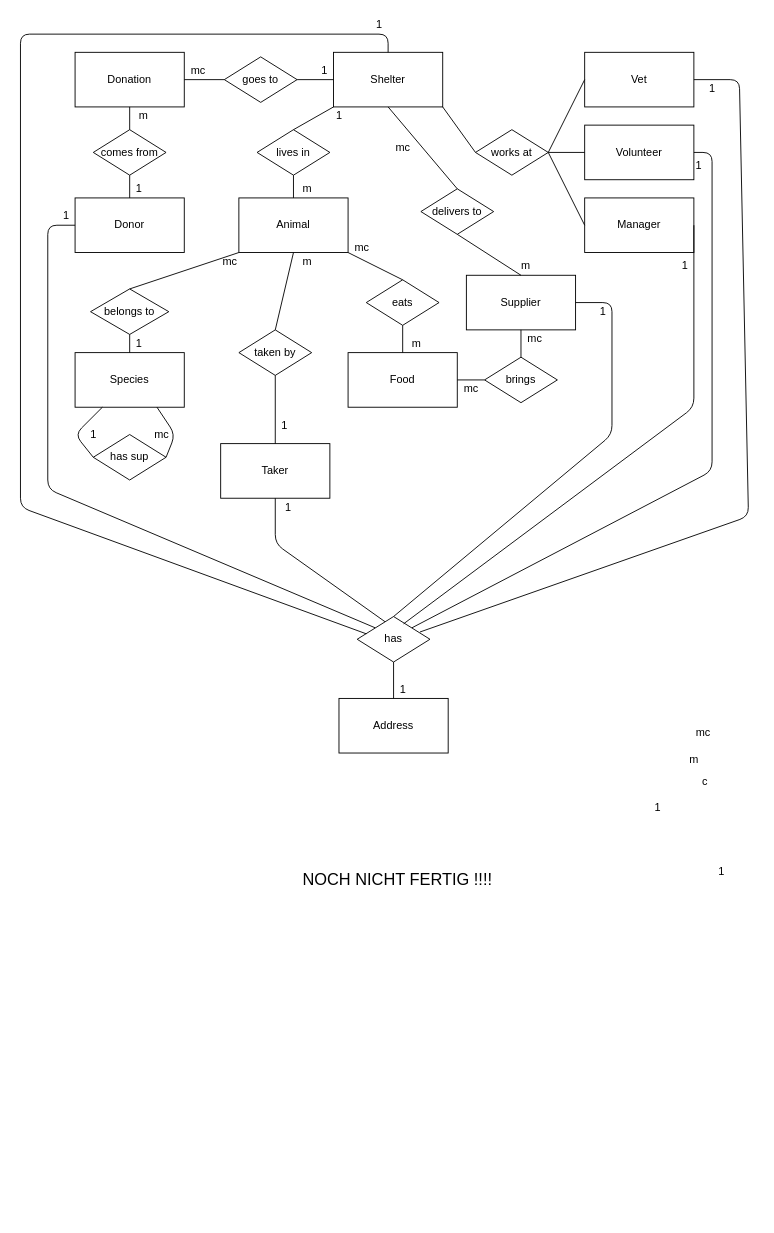
Above: Chen-Notation.drawio in Mlorenz12/4.Sem_DB_Animal_Shelter (draw.io), before the change. Source tidied: cells renumbered, new cells numbered last; positions are measured from the earlier drawing's top-left corner, leaving out a move shared by most shapes. Both pictures are drawn from the tidied source at 91%, with x=0, y=0 at pixel (20, 15).
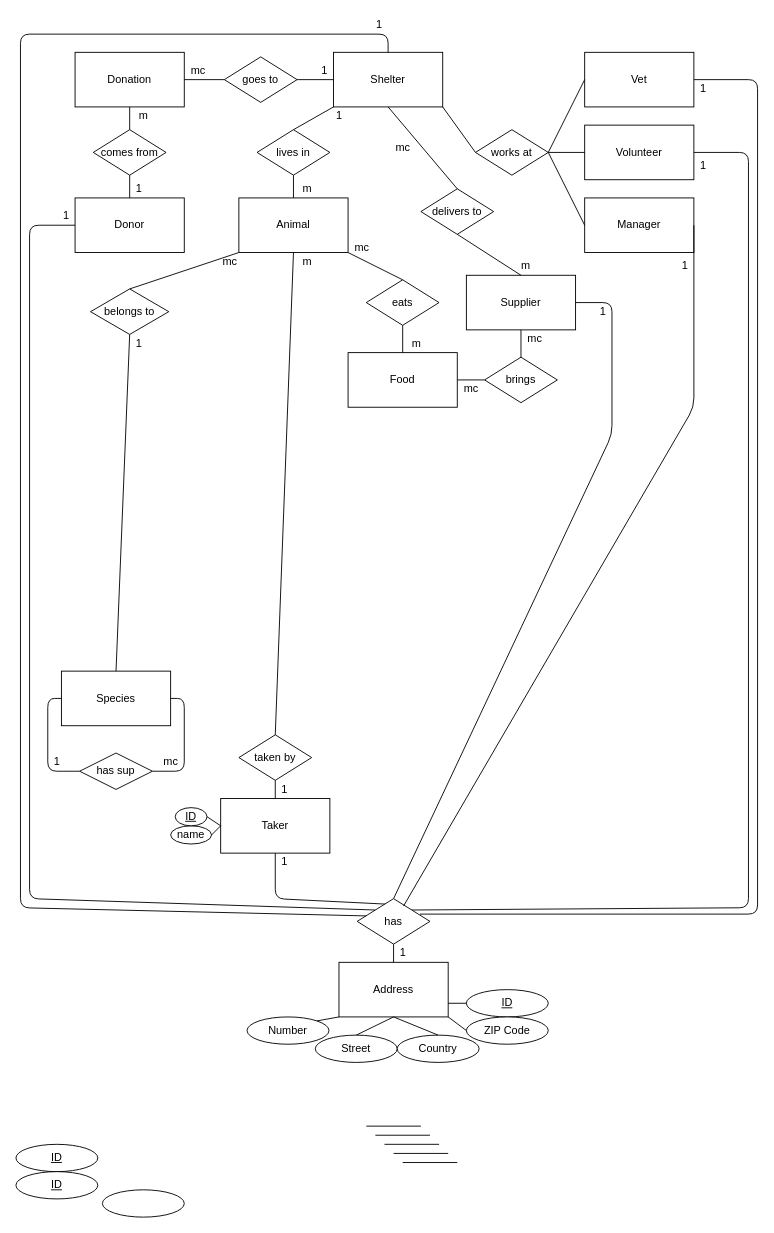
The same page after the edit.

Unchanged cells that the change refers to:
```xml
<mxCell id="6" value="Donor" style="rounded=0;whiteSpace=wrap;html=1;" parent="1" vertex="1">
  <mxGeometry x="60" y="200" width="120" height="60" as="geometry" />
</mxCell>
<mxCell id="7" value="Volunteer" style="rounded=0;whiteSpace=wrap;html=1;" parent="1" vertex="1">
  <mxGeometry x="620" y="120" width="120" height="60" as="geometry" />
</mxCell>
<mxCell id="9" value="Shelter" style="rounded=0;whiteSpace=wrap;html=1;" parent="1" vertex="1">
  <mxGeometry x="344" y="40" width="120" height="60" as="geometry" />
</mxCell>
<mxCell id="10" value="Vet" style="rounded=0;whiteSpace=wrap;html=1;" parent="1" vertex="1">
  <mxGeometry x="620" y="40" width="120" height="60" as="geometry" />
</mxCell>
```

What changed in the source:
```diff
@@
     <mxCell id="4" value="Species" style="rounded=0;whiteSpace=wrap;html=1;" parent="1" vertex="1">
-      <mxGeometry x="60" y="370" width="120" height="60" as="geometry" />
+      <mxGeometry x="45" y="720" width="120" height="60" as="geometry" />
     </mxCell>
@@
     <mxCell id="25" value="has sup" style="rhombus;whiteSpace=wrap;html=1;" parent="1" vertex="1">
-      <mxGeometry x="80" y="460" width="80" height="50" as="geometry" />
+      <mxGeometry x="65" y="810" width="80" height="40" as="geometry" />
     </mxCell>
-    <mxCell id="26" style="endArrow=none;html=1;exitX=0.25;exitY=1;exitDx=0;exitDy=0;entryX=0;entryY=0.5;entryDx=0;entryDy=0;" parent="1" edge="1" source="4" target="25">
+    <mxCell id="26" style="endArrow=none;html=1;exitX=0;exitY=0.5;exitDx=0;exitDy=0;entryX=0;entryY=0.5;entryDx=0;entryDy=0;" parent="1" edge="1" source="4" target="25">
       <mxGeometry relative="1" as="geometry">
         <Array as="points">
-          <mxPoint x="60" y="460" />
+          <mxPoint x="30" y="750" />
+          <mxPoint x="30" y="830" />
         </Array>
       </mxGeometry>
     </mxCell>
-    <mxCell id="27" style="endArrow=none;html=1;exitX=1;exitY=0.5;exitDx=0;exitDy=0;entryX=0.75;entryY=1;entryDx=0;entryDy=0;" parent="1" edge="1" source="25" target="4">
+    <mxCell id="27" style="endArrow=none;html=1;exitX=1;exitY=0.5;exitDx=0;exitDy=0;entryX=1;entryY=0.5;entryDx=0;entryDy=0;" parent="1" edge="1" source="25" target="4">
       <mxGeometry relative="1" as="geometry">
         <Array as="points">
-          <mxPoint x="170" y="460" />
+          <mxPoint x="180" y="830" />
+          <mxPoint x="180" y="750" />
         </Array>
       </mxGeometry>
     </mxCell>
@@
     <mxCell id="31" value="Taker" style="rounded=0;whiteSpace=wrap;html=1;" parent="1" vertex="1">
-      <mxGeometry x="220" y="470" width="120" height="60" as="geometry" />
+      <mxGeometry x="220" y="860" width="120" height="60" as="geometry" />
     </mxCell>
     <mxCell id="32" value="Address" style="rounded=0;whiteSpace=wrap;html=1;" parent="1" vertex="1">
-      <mxGeometry x="350" y="750" width="120" height="60" as="geometry" />
+      <mxGeometry x="350" y="1040" width="120" height="60" as="geometry" />
     </mxCell>
@@
     <mxCell id="43" value="taken by" style="rhombus;whiteSpace=wrap;html=1;" parent="1" vertex="1">
-      <mxGeometry x="240" y="345" width="80" height="50" as="geometry" />
+      <mxGeometry x="240" y="790" width="80" height="50" as="geometry" />
     </mxCell>
@@
     <mxCell id="46" style="endArrow=none;html=1;entryX=0;entryY=0.5;entryDx=0;entryDy=0;exitX=0;exitY=0;exitDx=0;exitDy=0;" parent="1" edge="1" source="49" target="6">
       <mxGeometry relative="1" as="geometry">
         <Array as="points">
-          <mxPoint x="30" y="520" />
-          <mxPoint x="30" y="230" />
+          <mxPoint x="10" y="970" />
+          <mxPoint x="10" y="230" />
         </Array>
       </mxGeometry>
     </mxCell>
     <mxCell id="47" style="endArrow=none;html=1;exitX=0.388;exitY=0.12;exitDx=0;exitDy=0;entryX=0.5;entryY=1;entryDx=0;entryDy=0;exitPerimeter=0;" parent="1" edge="1" source="49" target="31">
       <mxGeometry relative="1" as="geometry">
         <Array as="points">
-          <mxPoint x="280" y="580" />
+          <mxPoint x="280" y="970" />
         </Array>
       </mxGeometry>
     </mxCell>
     <mxCell id="48" style="endArrow=none;html=1;exitX=1;exitY=0;exitDx=0;exitDy=0;entryX=1;entryY=0.5;entryDx=0;entryDy=0;" parent="1" edge="1" source="49" target="7">
       <mxGeometry relative="1" as="geometry">
         <Array as="points">
-          <mxPoint x="760" y="500" />
-          <mxPoint x="760" y="150" />
+          <mxPoint x="800" y="980" />
+          <mxPoint x="800" y="150" />
         </Array>
       </mxGeometry>
     </mxCell>
     <mxCell id="49" value="has" style="rhombus;whiteSpace=wrap;html=1;" parent="1" vertex="1">
-      <mxGeometry x="370" y="660" width="80" height="50" as="geometry" />
+      <mxGeometry x="370" y="970" width="80" height="50" as="geometry" />
     </mxCell>
@@
     <mxCell id="51" style="endArrow=none;html=1;exitX=0.863;exitY=0.34;exitDx=0;exitDy=0;entryX=1;entryY=0.5;entryDx=0;entryDy=0;exitPerimeter=0;" parent="1" edge="1" source="49" target="10">
       <mxGeometry relative="1" as="geometry">
         <Array as="points">
-          <mxPoint x="800" y="550" />
-          <mxPoint x="790" y="70" />
+          <mxPoint x="810" y="987" />
+          <mxPoint x="810" y="70" />
         </Array>
       </mxGeometry>
     </mxCell>
@@
     <mxCell id="53" style="endArrow=none;html=1;exitX=0.125;exitY=0.38;exitDx=0;exitDy=0;entryX=0.5;entryY=0;entryDx=0;entryDy=0;exitPerimeter=0;" parent="1" edge="1" source="49" target="9">
       <mxGeometry relative="1" as="geometry">
         <Array as="points">
-          <mxPoint y="540" />
+          <mxPoint y="980" />
           <mxPoint y="20" />
           <mxPoint x="404" y="20" />
         </Array>
       </mxGeometry>
     </mxCell>
@@
     <mxCell id="55" value="1" style="text;html=1;align=center;verticalAlign=middle;" parent="1" vertex="1">
-      <mxGeometry x="410" y="730" width="20" height="20" as="geometry" />
+      <mxGeometry x="410" y="1020" width="20" height="20" as="geometry" />
     </mxCell>
-    <mxCell id="56" value="c" style="text;html=1;align=center;verticalAlign=middle;" parent="1" vertex="1">
-      <mxGeometry x="742" y="832" width="20" height="20" as="geometry" />
-    </mxCell>
-    <mxCell id="57" value="m" style="text;html=1;align=center;verticalAlign=middle;" parent="1" vertex="1">
-      <mxGeometry x="725" y="807" width="30" height="20" as="geometry" />
-    </mxCell>
-    <mxCell id="58" value="mc" style="text;html=1;align=center;verticalAlign=middle;" parent="1" vertex="1">
-      <mxGeometry x="735" y="778" width="30" height="20" as="geometry" />
-    </mxCell>
-    <mxCell id="59" value="1" style="text;html=1;align=center;verticalAlign=middle;" parent="1" vertex="1">
-      <mxGeometry x="690" y="860" width="20" height="20" as="geometry" />
-    </mxCell>
     <mxCell id="60" value="1" style="text;html=1;align=center;verticalAlign=middle;" parent="1" vertex="1">
-      <mxGeometry x="284" y="530" width="20" height="20" as="geometry" />
+      <mxGeometry x="280" y="920" width="20" height="20" as="geometry" />
     </mxCell>
@@
     <mxCell id="62" value="1" style="text;html=1;align=center;verticalAlign=middle;" parent="1" vertex="1">
-      <mxGeometry x="735" y="155" width="20" height="20" as="geometry" />
+      <mxGeometry x="740" y="155" width="20" height="20" as="geometry" />
     </mxCell>
     <mxCell id="63" value="1" style="text;html=1;align=center;verticalAlign=middle;" parent="1" vertex="1">
-      <mxGeometry x="750" y="70" width="20" height="20" as="geometry" />
+      <mxGeometry x="740" y="70" width="20" height="20" as="geometry" />
     </mxCell>
@@
-    <mxCell id="66" value="1" style="text;html=1;align=center;verticalAlign=middle;" parent="1" vertex="1">
-      <mxGeometry x="760" y="930" width="20" height="20" as="geometry" />
-    </mxCell>
@@
     <mxCell id="70" value="mc" style="text;html=1;align=center;verticalAlign=middle;" parent="1" vertex="1">
-      <mxGeometry x="140" y="450" width="30" height="20" as="geometry" />
+      <mxGeometry x="150" y="810" width="30" height="20" as="geometry" />
     </mxCell>
     <mxCell id="71" value="1" style="text;html=1;align=center;verticalAlign=middle;" parent="1" vertex="1">
-      <mxGeometry x="70" y="450" width="20" height="20" as="geometry" />
+      <mxGeometry x="30" y="810" width="20" height="20" as="geometry" />
     </mxCell>
@@
     <mxCell id="73" value="1" style="text;html=1;align=center;verticalAlign=middle;" parent="1" vertex="1">
-      <mxGeometry x="280" y="440" width="20" height="20" as="geometry" />
+      <mxGeometry x="280" y="840" width="20" height="20" as="geometry" />
     </mxCell>
@@
-    <mxCell id="86" value="&lt;font style=&quot;font-size: 18px&quot;&gt;NOCH NICHT FERTIG !!!!&lt;/font&gt;" style="text;html=1;align=center;verticalAlign=middle;" parent="1" vertex="1">
-      <mxGeometry x="304" y="940" width="220" height="20" as="geometry" />
-    </mxCell>
+    <mxCell id="87" value="name" style="ellipse;whiteSpace=wrap;html=1;" parent="1" vertex="1">
+      <mxGeometry x="165" y="890" width="45" height="20" as="geometry" />
+    </mxCell>
+    <mxCell id="88" style="ellipse;whiteSpace=wrap;html=1;" parent="1" vertex="1">
+      <mxGeometry x="90" y="1290" width="90" height="30" as="geometry" />
+    </mxCell>
+    <mxCell id="89" value="Number" style="ellipse;whiteSpace=wrap;html=1;" parent="1" vertex="1">
+      <mxGeometry x="249" y="1100" width="90" height="30" as="geometry" />
+    </mxCell>
+    <mxCell id="90" value="Street" style="ellipse;whiteSpace=wrap;html=1;" parent="1" vertex="1">
+      <mxGeometry x="324" y="1120" width="90" height="30" as="geometry" />
+    </mxCell>
+    <mxCell id="91" value="Country" style="ellipse;whiteSpace=wrap;html=1;" parent="1" vertex="1">
+      <mxGeometry x="414" y="1120" width="90" height="30" as="geometry" />
+    </mxCell>
+    <mxCell id="92" value="&lt;u&gt;ID&lt;/u&gt;" style="ellipse;whiteSpace=wrap;html=1;" parent="1" vertex="1">
+      <mxGeometry x="490" y="1070" width="90" height="30" as="geometry" />
+    </mxCell>
+    <mxCell id="93" value="ZIP Code" style="ellipse;whiteSpace=wrap;html=1;" parent="1" vertex="1">
+      <mxGeometry x="490" y="1100" width="90" height="30" as="geometry" />
+    </mxCell>
+    <mxCell id="94" value="&lt;u&gt;ID&lt;/u&gt;" style="ellipse;whiteSpace=wrap;html=1;" parent="1" vertex="1">
+      <mxGeometry x="170" y="870" width="35" height="20" as="geometry" />
+    </mxCell>
+    <mxCell id="95" value="&lt;u&gt;ID&lt;/u&gt;" style="ellipse;whiteSpace=wrap;html=1;" parent="1" vertex="1">
+      <mxGeometry x="-5" y="1240" width="90" height="30" as="geometry" />
+    </mxCell>
+    <mxCell id="96" value="&lt;u&gt;ID&lt;/u&gt;" style="ellipse;whiteSpace=wrap;html=1;" parent="1" vertex="1">
+      <mxGeometry x="-5" y="1270" width="90" height="30" as="geometry" />
+    </mxCell>
+    <mxCell id="97" style="endArrow=none;html=1;exitX=1;exitY=0;exitDx=0;exitDy=0;entryX=0;entryY=1;entryDx=0;entryDy=0;" parent="1" edge="1" source="89" target="32">
+      <mxGeometry relative="1" as="geometry" />
+    </mxCell>
+    <mxCell id="98" style="endArrow=none;html=1;exitX=0.5;exitY=0;exitDx=0;exitDy=0;entryX=0.5;entryY=1;entryDx=0;entryDy=0;" parent="1" edge="1" source="90" target="32">
+      <mxGeometry relative="1" as="geometry" />
+    </mxCell>
+    <mxCell id="99" style="endArrow=none;html=1;exitX=0.5;exitY=0;exitDx=0;exitDy=0;entryX=0.5;entryY=1;entryDx=0;entryDy=0;" parent="1" edge="1" source="91" target="32">
+      <mxGeometry relative="1" as="geometry" />
+    </mxCell>
+    <mxCell id="100" style="endArrow=none;html=1;exitX=0;exitY=0.5;exitDx=0;exitDy=0;entryX=1;entryY=1;entryDx=0;entryDy=0;" parent="1" edge="1" source="93" target="32">
+      <mxGeometry relative="1" as="geometry" />
+    </mxCell>
+    <mxCell id="101" style="endArrow=none;html=1;exitX=1;exitY=0.75;exitDx=0;exitDy=0;entryX=0;entryY=0.5;entryDx=0;entryDy=0;" parent="1" edge="1" source="32" target="92">
+      <mxGeometry relative="1" as="geometry" />
+    </mxCell>
+    <mxCell id="102" style="endArrow=none;html=1;exitX=1;exitY=0.5;exitDx=0;exitDy=0;entryX=0;entryY=0.5;entryDx=0;entryDy=0;" parent="1" edge="1" source="94" target="31">
+      <mxGeometry relative="1" as="geometry" />
+    </mxCell>
+    <mxCell id="103" style="endArrow=none;html=1;exitX=1;exitY=0.5;exitDx=0;exitDy=0;entryX=0;entryY=0.5;entryDx=0;entryDy=0;" parent="1" edge="1" source="87" target="31">
+      <mxGeometry relative="1" as="geometry" />
+    </mxCell>
+    <mxCell id="104" style="endArrow=none;html=1;" parent="1" edge="1">
+      <mxGeometry relative="1" as="geometry">
+        <mxPoint x="380" y="1220" as="sourcePoint" />
+        <mxPoint x="440" y="1220" as="targetPoint" />
+      </mxGeometry>
+    </mxCell>
+    <mxCell id="105" style="endArrow=none;html=1;" parent="1" edge="1">
+      <mxGeometry relative="1" as="geometry">
+        <mxPoint x="390" y="1230" as="sourcePoint" />
+        <mxPoint x="450" y="1230" as="targetPoint" />
+      </mxGeometry>
+    </mxCell>
+    <mxCell id="106" style="endArrow=none;html=1;" parent="1" edge="1">
+      <mxGeometry relative="1" as="geometry">
+        <mxPoint x="400" y="1240" as="sourcePoint" />
+        <mxPoint x="460" y="1240" as="targetPoint" />
+      </mxGeometry>
+    </mxCell>
+    <mxCell id="107" style="endArrow=none;html=1;" parent="1" edge="1">
+      <mxGeometry relative="1" as="geometry">
+        <mxPoint x="410" y="1250" as="sourcePoint" />
+        <mxPoint x="470" y="1250" as="targetPoint" />
+      </mxGeometry>
+    </mxCell>
+    <mxCell id="108" style="endArrow=none;html=1;" parent="1" edge="1">
+      <mxGeometry relative="1" as="geometry">
+        <mxPoint x="420" y="1260" as="sourcePoint" />
+        <mxPoint x="480" y="1260" as="targetPoint" />
+      </mxGeometry>
+    </mxCell>
```
